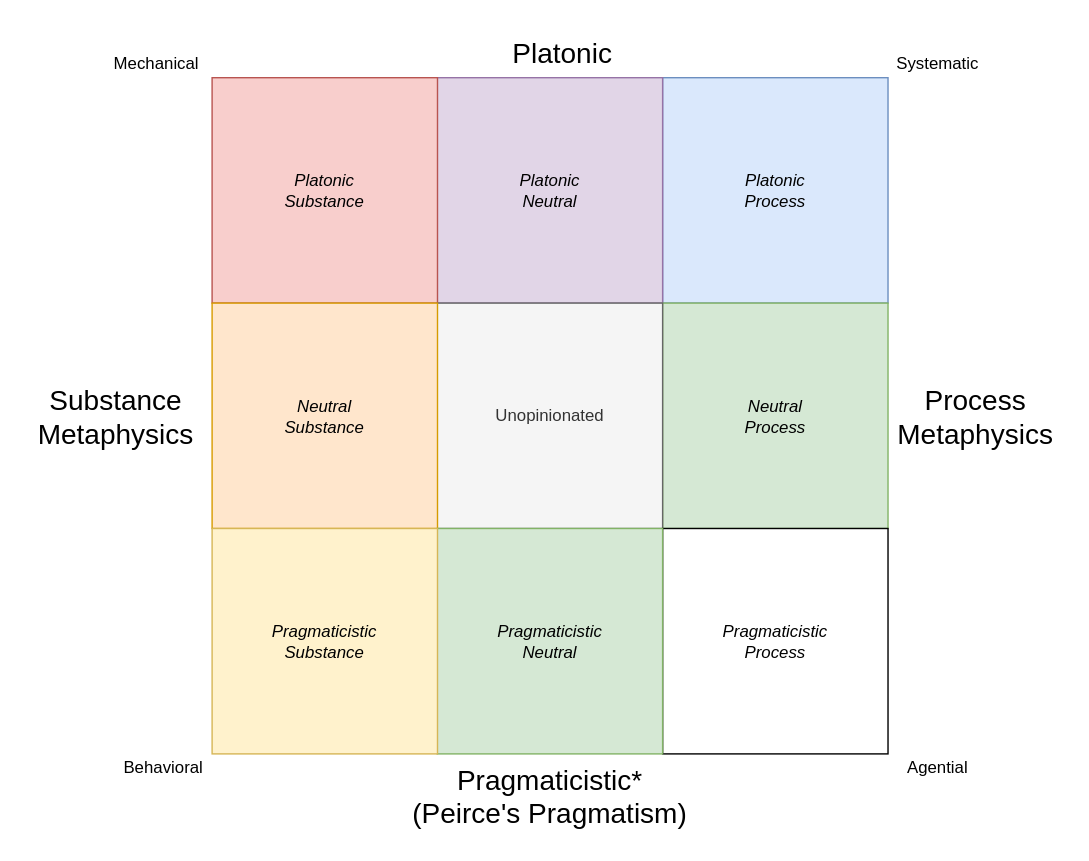
Before: agenda_metaphysics_clean.drawio in codeaudit/1, a draw.io diagram. Source tidied: cells renumbered, new cells numbered last; positions are measured from the earlier drawing's top-left corner, leaving out a move shared by most shapes. Both pictures are drawn from the tidied source at 140%, with x=0, y=0 at pixel (24, 24).
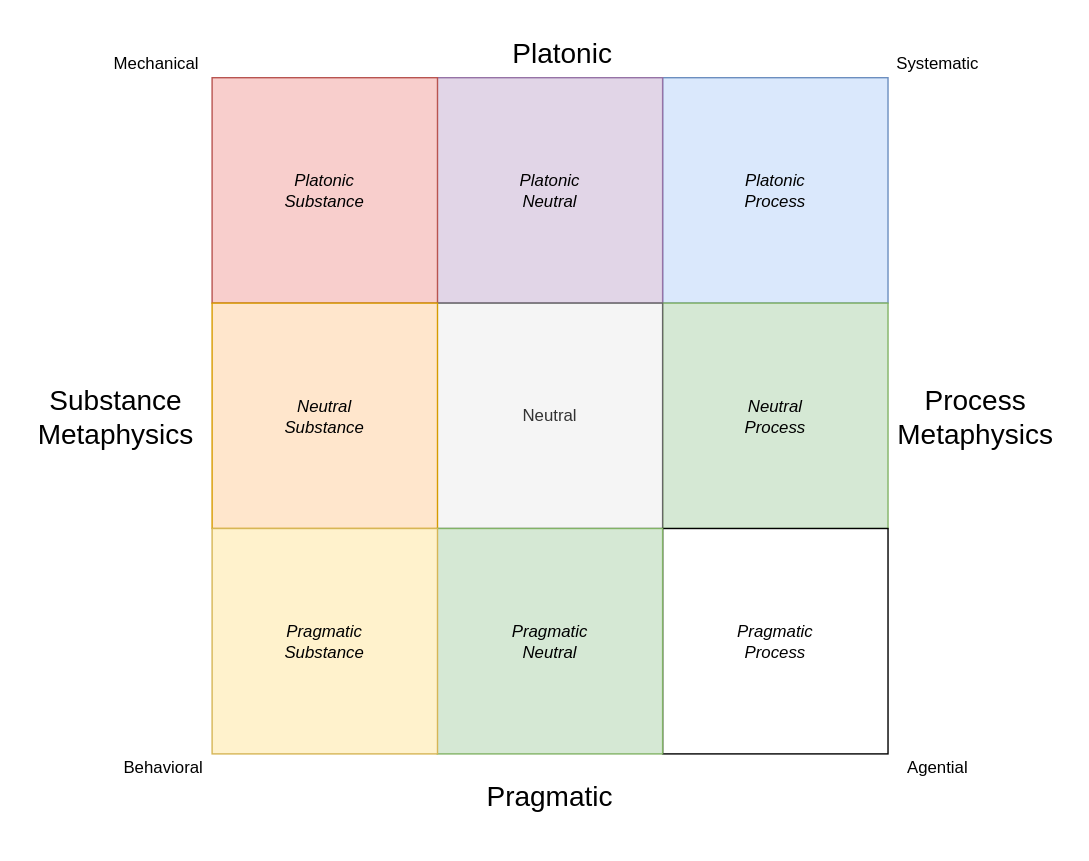
After the change.

Change to the diagram source:
```diff
@@
-    <mxCell id="6" value="Unopinionated" style="whiteSpace=wrap;html=1;fillColor=#f5f5f5;strokeColor=#666666;fontColor=#333333;" parent="1" vertex="1">
+    <mxCell id="6" value="Neutral" style="whiteSpace=wrap;html=1;fillColor=#f5f5f5;strokeColor=#666666;fontColor=#333333;" parent="1" vertex="1">
       <mxGeometry x="294.8" y="199" width="161" height="161" as="geometry" />
     </mxCell>
@@
-    <mxCell id="8" value="Pragmaticistic&lt;br&gt;Process" style="whiteSpace=wrap;html=1;fontStyle=2;" parent="1" vertex="1">
+    <mxCell id="8" value="Pragmatic&lt;br&gt;Process" style="whiteSpace=wrap;html=1;fontStyle=2;" parent="1" vertex="1">
       <mxGeometry x="455.8" y="360" width="161" height="161" as="geometry" />
     </mxCell>
-    <mxCell id="9" value="Pragmaticistic&lt;br&gt;Neutral" style="whiteSpace=wrap;html=1;fillColor=#d5e8d4;strokeColor=#82b366;fontStyle=2;" parent="1" vertex="1">
+    <mxCell id="9" value="Pragmatic&lt;br&gt;Neutral" style="whiteSpace=wrap;html=1;fillColor=#d5e8d4;strokeColor=#82b366;fontStyle=2;" parent="1" vertex="1">
       <mxGeometry x="294.8" y="360" width="161" height="161" as="geometry" />
     </mxCell>
-    <mxCell id="10" value="Pragmaticistic&lt;br&gt;Substance" style="whiteSpace=wrap;html=1;fillColor=#fff2cc;strokeColor=#d6b656;fontStyle=2;" parent="1" vertex="1">
+    <mxCell id="10" value="Pragmatic&lt;br&gt;Substance" style="whiteSpace=wrap;html=1;fillColor=#fff2cc;strokeColor=#d6b656;fontStyle=2;" parent="1" vertex="1">
       <mxGeometry x="134" y="360" width="161" height="161" as="geometry" />
     </mxCell>
-    <mxCell id="11" value="Pragmaticistic*&lt;br&gt;(Peirce's Pragmatism)" style="text;html=1;align=center;verticalAlign=middle;fontSize=20;" parent="1" vertex="1">
-      <mxGeometry x="265.2" y="521" width="220" height="60" as="geometry" />
+    <mxCell id="11" value="Pragmatic&lt;br&gt;" style="text;html=1;align=center;verticalAlign=middle;fontSize=20;" parent="1" vertex="1">
+      <mxGeometry x="320.2" y="531" width="110" height="40" as="geometry" />
     </mxCell>
```
